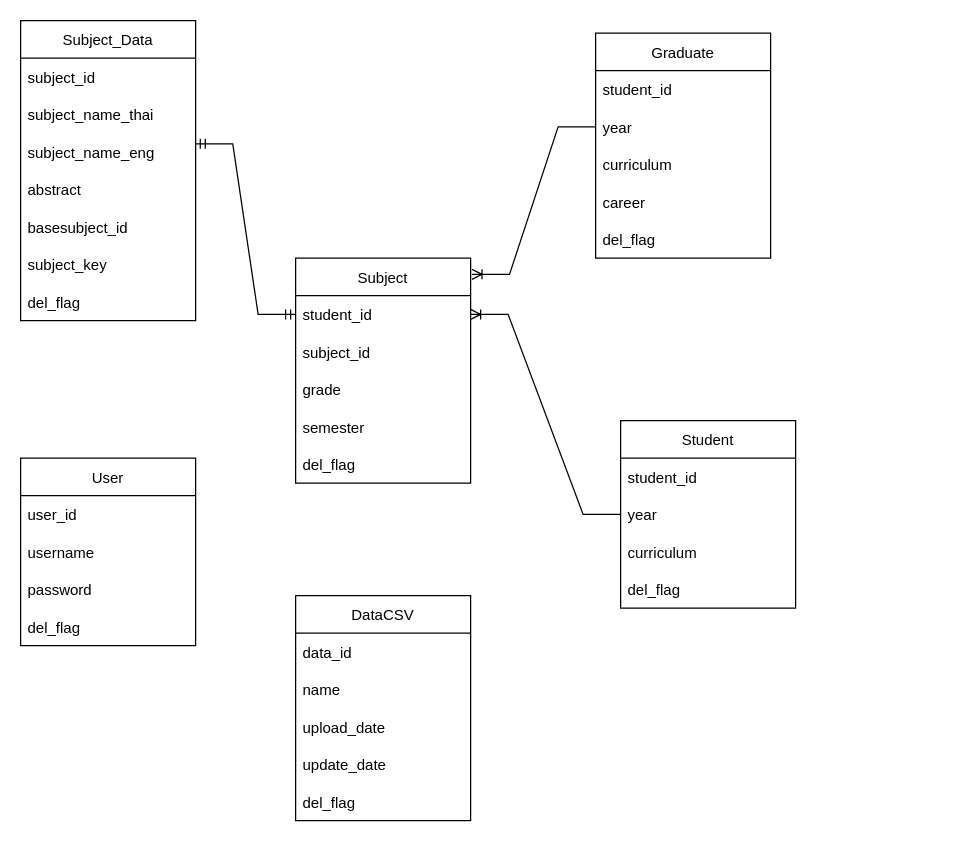
Before: Design_Architecture/Dataschema.drawio in MashMaleLLO/Analytics_and_Prediction_System_for_CE_Curriculum_administrators, a draw.io diagram. Source tidied: cells renumbered, new cells numbered last; positions are measured from the earlier drawing's top-left corner, leaving out a move shared by most shapes. Both pictures are drawn from the tidied source at 125%, with x=0, y=0 at pixel (20, 20).
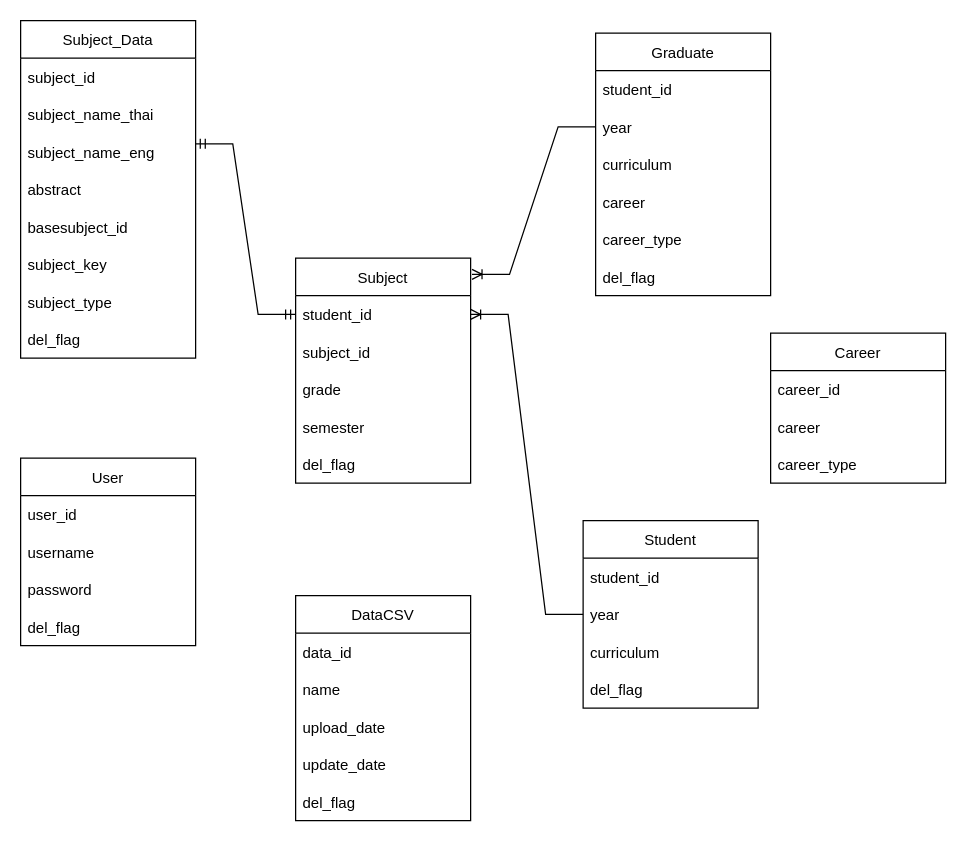
The same diagram, later.

The edit, as a diff of the source:
```diff
@@
     <mxCell id="7" value="Subject_Data" style="swimlane;fontStyle=0;horizontal=1;startSize=30;" parent="1" vertex="1">
-      <mxGeometry width="140" height="240" as="geometry" />
+      <mxGeometry width="140" height="270" as="geometry" />
     </mxCell>
@@
+    <mxCell id="41" value="subject_type" style="text;strokeColor=none;fillColor=none;align=left;verticalAlign=middle;spacingLeft=4;spacingRight=4;overflow=hidden;" parent="7" vertex="1">
+      <mxGeometry y="210" width="140" height="30" as="geometry" />
+    </mxCell>
     <mxCell id="14" value="del_flag" style="text;strokeColor=none;fillColor=none;align=left;verticalAlign=middle;spacingLeft=4;spacingRight=4;overflow=hidden;" parent="7" vertex="1">
-      <mxGeometry y="210" width="140" height="30" as="geometry" />
+      <mxGeometry y="240" width="140" height="30" as="geometry" />
     </mxCell>
     <mxCell id="15" value="Graduate" style="swimlane;fontStyle=0;horizontal=1;startSize=30;" parent="1" vertex="1">
-      <mxGeometry x="460" y="10" width="140" height="180" as="geometry" />
+      <mxGeometry x="460" y="10" width="140" height="210" as="geometry" />
     </mxCell>
@@
+    <mxCell id="42" value="career_type" style="text;strokeColor=none;fillColor=none;align=left;verticalAlign=middle;spacingLeft=4;spacingRight=4;overflow=hidden;" parent="15" vertex="1">
+      <mxGeometry y="150" width="140" height="30" as="geometry" />
+    </mxCell>
     <mxCell id="20" value="del_flag" style="text;strokeColor=none;fillColor=none;align=left;verticalAlign=middle;spacingLeft=4;spacingRight=4;overflow=hidden;" parent="15" vertex="1">
-      <mxGeometry y="150" width="140" height="30" as="geometry" />
+      <mxGeometry y="180" width="140" height="30" as="geometry" />
     </mxCell>
     <mxCell id="21" value="Student" style="swimlane;fontStyle=0;horizontal=1;startSize=30;" parent="1" vertex="1">
-      <mxGeometry x="480" y="320" width="140" height="150" as="geometry" />
+      <mxGeometry x="450" y="400" width="140" height="150" as="geometry" />
     </mxCell>
@@
+    <mxCell id="43" value="Career" style="swimlane;fontStyle=0;horizontal=1;startSize=30;" parent="1" vertex="1">
+      <mxGeometry x="600" y="250" width="140" height="120" as="geometry" />
+    </mxCell>
+    <mxCell id="44" value="career_id" style="text;strokeColor=none;fillColor=none;align=left;verticalAlign=middle;spacingLeft=4;spacingRight=4;overflow=hidden;" parent="43" vertex="1">
+      <mxGeometry y="30" width="140" height="30" as="geometry" />
+    </mxCell>
+    <mxCell id="45" value="career" style="text;strokeColor=none;fillColor=none;align=left;verticalAlign=middle;spacingLeft=4;spacingRight=4;overflow=hidden;" parent="43" vertex="1">
+      <mxGeometry y="60" width="140" height="30" as="geometry" />
+    </mxCell>
+    <mxCell id="46" value="career_type" style="text;strokeColor=none;fillColor=none;align=left;verticalAlign=middle;spacingLeft=4;spacingRight=4;overflow=hidden;" parent="43" vertex="1">
+      <mxGeometry y="90" width="140" height="30" as="geometry" />
+    </mxCell>
```
